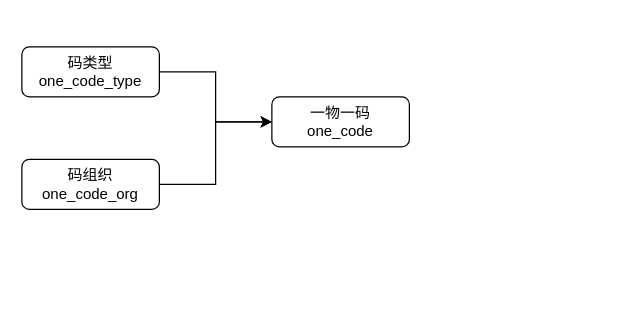
juesuchen/diagrams keeps this draw.io diagram as 小程序后台.drawio. Above is the earlier version. Source tidied: cells renumbered, new cells numbered last; positions are measured from the earlier drawing's top-left corner, leaving out a move shared by most shapes. Both pictures are drawn from the tidied source at 125%, with x=0, y=0 at pixel (21, 46).
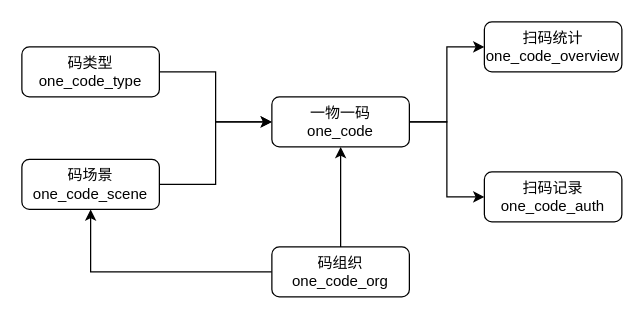
The same page after the edit.

Commit message (it also covers changes not shown here):
更新小程序后台.drawio

Change to the diagram source:
```diff
@@
 <mxGraphModel>
   <root>
     <mxCell id="0" />
     <mxCell id="1" parent="0" />
     <mxCell id="2" style="edgeStyle=orthogonalEdgeStyle;rounded=0;jettySize=auto;html=1;entryX=0;entryY=0.5;entryDx=0;entryDy=0;" parent="1" edge="1" source="3" target="6">
       <mxGeometry relative="1" as="geometry" />
     </mxCell>
     <mxCell id="3" value="码类型&lt;br&gt;one_code_type" style="rounded=1;whiteSpace=wrap;html=1;" parent="1" vertex="1">
       <mxGeometry width="110" height="40" as="geometry" />
     </mxCell>
-    <mxCell id="4" style="edgeStyle=orthogonalEdgeStyle;rounded=0;jettySize=auto;html=1;entryX=0;entryY=0.5;entryDx=0;entryDy=0;" parent="1" edge="1" source="5" target="6">
+    <mxCell id="4" style="edgeStyle=orthogonalEdgeStyle;rounded=0;jettySize=auto;html=1;entryX=0.5;entryY=1;entryDx=0;entryDy=0;" parent="1" edge="1" source="5" target="6">
       <mxGeometry relative="1" as="geometry" />
     </mxCell>
+    <mxCell id="7" style="edgeStyle=orthogonalEdgeStyle;rounded=0;jettySize=auto;html=1;entryX=0.5;entryY=1;entryDx=0;entryDy=0;" parent="1" edge="1" source="5" target="13">
+      <mxGeometry relative="1" as="geometry" />
+    </mxCell>
     <mxCell id="5" value="码组织&lt;br&gt;one_code_org" style="rounded=1;whiteSpace=wrap;html=1;" parent="1" vertex="1">
-      <mxGeometry y="90" width="110" height="40" as="geometry" />
+      <mxGeometry x="200" y="160" width="110" height="40" as="geometry" />
     </mxCell>
+    <mxCell id="8" style="edgeStyle=orthogonalEdgeStyle;rounded=0;jettySize=auto;html=1;entryX=0;entryY=0.5;entryDx=0;entryDy=0;exitX=1;exitY=0.5;exitDx=0;exitDy=0;" parent="1" edge="1" source="6" target="11">
+      <mxGeometry relative="1" as="geometry" />
+    </mxCell>
+    <mxCell id="9" style="edgeStyle=orthogonalEdgeStyle;rounded=0;jettySize=auto;html=1;exitX=1;exitY=0.5;exitDx=0;exitDy=0;entryX=0;entryY=0.5;entryDx=0;entryDy=0;" parent="1" edge="1" source="6" target="10">
+      <mxGeometry relative="1" as="geometry" />
+    </mxCell>
     <mxCell id="6" value="一物一码&lt;br&gt;one_code" style="rounded=1;whiteSpace=wrap;html=1;" parent="1" vertex="1">
       <mxGeometry x="200" y="40" width="110" height="40" as="geometry" />
     </mxCell>
+    <mxCell id="10" value="扫码记录one_code_auth" style="rounded=1;whiteSpace=wrap;html=1;" parent="1" vertex="1">
+      <mxGeometry x="370" y="100" width="110" height="40" as="geometry" />
+    </mxCell>
+    <mxCell id="11" value="扫码统计one_code_overview" style="rounded=1;whiteSpace=wrap;html=1;" parent="1" vertex="1">
+      <mxGeometry x="370" y="-20" width="110" height="40" as="geometry" />
+    </mxCell>
+    <mxCell id="12" style="edgeStyle=orthogonalEdgeStyle;rounded=0;jettySize=auto;html=1;entryX=0;entryY=0.5;entryDx=0;entryDy=0;" parent="1" edge="1" source="13" target="6">
+      <mxGeometry relative="1" as="geometry" />
+    </mxCell>
+    <mxCell id="13" value="码场景&lt;br&gt;one_code_scene" style="rounded=1;whiteSpace=wrap;html=1;" parent="1" vertex="1">
+      <mxGeometry y="90" width="110" height="40" as="geometry" />
+    </mxCell>
   </root>
 </mxGraphModel>
```
